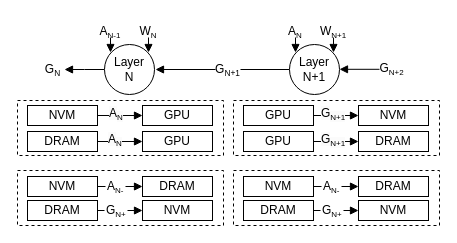
Above: fig/pipeline2.drawio in icszhr/NCheck (draw.io), before the change. Source tidied: cells renumbered, new cells numbered last; positions are measured from the earlier drawing's top-left corner, leaving out a move shared by most shapes. Both pictures are drawn from the tidied source at 100%, with x=0, y=0 at pixel (17, 17).
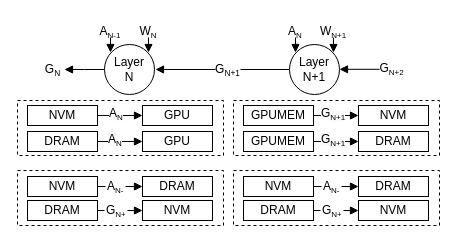
The same page after the edit.

Diff of the diagram source:
```diff
@@
-    <mxCell id="39" value="GPU" style="rounded=0;whiteSpace=wrap;html=1;" parent="1" vertex="1">
+    <mxCell id="39" value="GPUMEM" style="rounded=0;whiteSpace=wrap;html=1;" parent="1" vertex="1">
       <mxGeometry x="226" y="88" width="70" height="20" as="geometry" />
     </mxCell>
@@
-    <mxCell id="47" value="GPU" style="rounded=0;whiteSpace=wrap;html=1;" parent="1" vertex="1">
+    <mxCell id="47" value="GPUMEM" style="rounded=0;whiteSpace=wrap;html=1;" parent="1" vertex="1">
       <mxGeometry x="226" y="114" width="70" height="20" as="geometry" />
     </mxCell>
```
